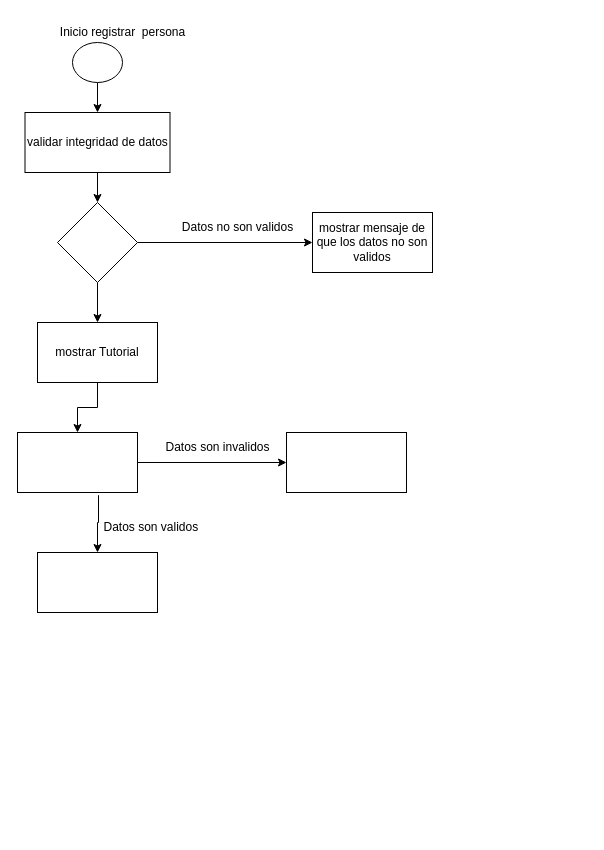
Above: Diagrama  de secuencia.drawio in andrescastillo1996/documentacionMundoOrigami (draw.io), before the change. Source tidied: cells renumbered, new cells numbered last; positions are measured from the earlier drawing's top-left corner, leaving out a move shared by most shapes. Both pictures are drawn from the tidied source at 100%, with x=0, y=0 at pixel (17, 17).
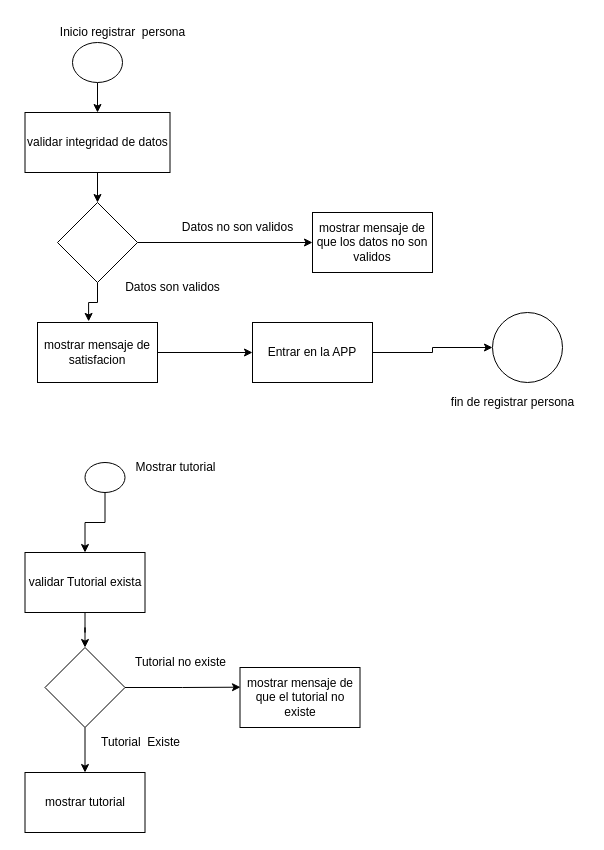
After the change.

The change refers to these unchanged cells:
```xml
<mxCell id="9" style="rhombus;whiteSpace=wrap;html=1;" parent="1" vertex="1">
  <mxGeometry x="40" y="185" width="80" height="80" as="geometry" />
</mxCell>
```

The edit, as a diff of the source:
```diff
@@
-    <mxCell id="8" style="edgeStyle=orthogonalEdgeStyle;rounded=0;jettySize=auto;html=1;entryX=0.5;entryY=0;entryDx=0;entryDy=0;" parent="1" edge="1" source="9" target="13">
+    <mxCell id="8" style="edgeStyle=orthogonalEdgeStyle;rounded=0;jettySize=auto;html=1;entryX=0.426;entryY=-0.018;entryDx=0;entryDy=0;entryPerimeter=0;" parent="1" edge="1" source="9" target="30">
       <mxGeometry relative="1" as="geometry" />
     </mxCell>
@@
-    <mxCell id="12" style="edgeStyle=orthogonalEdgeStyle;rounded=0;jettySize=auto;html=1;entryX=0.5;entryY=0;entryDx=0;entryDy=0;" parent="1" edge="1" source="13" target="20">
+    <mxCell id="12" style="edgeStyle=orthogonalEdgeStyle;rounded=0;jettySize=auto;html=1;entryX=0.5;entryY=0;entryDx=0;entryDy=0;exitX=0.5;exitY=1;exitDx=0;exitDy=0;" parent="1" edge="1" source="22" target="20">
       <mxGeometry relative="1" as="geometry" />
     </mxCell>
-    <mxCell id="13" value="mostrar Tutorial" style="rounded=0;whiteSpace=wrap;html=1;" parent="1" vertex="1">
-      <mxGeometry x="20" y="305" width="120" height="60" as="geometry" />
-    </mxCell>
-    <mxCell id="14" style="rounded=0;whiteSpace=wrap;html=1;" parent="1" vertex="1">
-      <mxGeometry x="20" y="535" width="120" height="60" as="geometry" />
+    <mxCell id="14" value="mostrar tutorial" style="rounded=0;whiteSpace=wrap;html=1;" parent="1" vertex="1">
+      <mxGeometry x="7.5" y="755" width="120" height="60" as="geometry" />
     </mxCell>
-    <mxCell id="15" style="edgeStyle=orthogonalEdgeStyle;rounded=0;jettySize=auto;html=1;entryX=0.5;entryY=0;entryDx=0;entryDy=0;exitX=0.675;exitY=1.045;exitDx=0;exitDy=0;exitPerimeter=0;" parent="1" edge="1" source="20" target="14">
-      <mxGeometry relative="1" as="geometry" />
-    </mxCell>
-    <mxCell id="16" style="edgeStyle=orthogonalEdgeStyle;rounded=0;jettySize=auto;html=1;exitX=1;exitY=0.5;exitDx=0;exitDy=0;" parent="1" edge="1" source="20" target="19">
-      <mxGeometry relative="1" as="geometry" />
-    </mxCell>
+    <mxCell id="19" value="mostrar mensaje de que el tutorial no existe" style="rounded=0;whiteSpace=wrap;html=1;" parent="1" vertex="1">
+      <mxGeometry x="222.5" y="650" width="120" height="60" as="geometry" />
+    </mxCell>
+    <mxCell id="21" style="edgeStyle=orthogonalEdgeStyle;rounded=0;jettySize=auto;html=1;entryX=0.5;entryY=0;entryDx=0;entryDy=0;" parent="1" edge="1" source="20" target="26">
+      <mxGeometry relative="1" as="geometry" />
+    </mxCell>
+    <mxCell id="20" value="validar Tutorial exista" style="rounded=0;whiteSpace=wrap;html=1;" parent="1" vertex="1">
+      <mxGeometry x="7.5" y="535" width="120" height="60" as="geometry" />
+    </mxCell>
-    <mxCell id="17" value="Datos son validos&amp;nbsp;" style="text;html=1;align=center;verticalAlign=middle;strokeColor=none;fillColor=none;" parent="1" vertex="1">
-      <mxGeometry x="75" y="495" width="120" height="30" as="geometry" />
+    <mxCell id="17" value="Datos son validos" style="text;html=1;align=center;verticalAlign=middle;strokeColor=none;fillColor=none;" parent="1" vertex="1">
+      <mxGeometry x="95" y="255" width="120" height="30" as="geometry" />
     </mxCell>
-    <mxCell id="18" value="Datos son invalidos" style="text;html=1;align=center;verticalAlign=middle;strokeColor=none;fillColor=none;" parent="1" vertex="1">
-      <mxGeometry x="135" y="415" width="130" height="30" as="geometry" />
-    </mxCell>
-    <mxCell id="19" style="rounded=0;whiteSpace=wrap;html=1;" parent="1" vertex="1">
-      <mxGeometry x="269" y="415" width="120" height="60" as="geometry" />
-    </mxCell>
-    <mxCell id="20" style="rounded=0;whiteSpace=wrap;html=1;" parent="1" vertex="1">
-      <mxGeometry y="415" width="120" height="60" as="geometry" />
-    </mxCell>
+    <mxCell id="22" style="ellipse;whiteSpace=wrap;html=1;" parent="1" vertex="1">
+      <mxGeometry x="67.5" y="445" width="40" height="30" as="geometry" />
+    </mxCell>
+    <mxCell id="23" value="Mostrar tutorial" style="text;html=1;align=center;verticalAlign=middle;strokeColor=none;fillColor=none;" parent="1" vertex="1">
+      <mxGeometry x="107.5" y="435" width="100" height="30" as="geometry" />
+    </mxCell>
+    <mxCell id="24" style="edgeStyle=orthogonalEdgeStyle;rounded=0;jettySize=auto;html=1;entryX=0.004;entryY=0.328;entryDx=0;entryDy=0;entryPerimeter=0;" parent="1" edge="1" source="26" target="19">
+      <mxGeometry relative="1" as="geometry" />
+    </mxCell>
+    <mxCell id="25" style="edgeStyle=orthogonalEdgeStyle;rounded=0;jettySize=auto;html=1;entryX=0.5;entryY=0;entryDx=0;entryDy=0;" parent="1" edge="1" source="26" target="14">
+      <mxGeometry relative="1" as="geometry" />
+    </mxCell>
+    <mxCell id="26" style="rhombus;whiteSpace=wrap;html=1;" parent="1" vertex="1">
+      <mxGeometry x="27.5" y="630" width="80" height="80" as="geometry" />
+    </mxCell>
+    <mxCell id="27" value="Tutorial no existe" style="text;html=1;align=center;verticalAlign=middle;strokeColor=none;fillColor=none;" parent="1" vertex="1">
+      <mxGeometry x="107.5" y="630" width="110" height="30" as="geometry" />
+    </mxCell>
+    <mxCell id="28" value="Tutorial&amp;nbsp; Existe" style="text;html=1;align=center;verticalAlign=middle;strokeColor=none;fillColor=none;" parent="1" vertex="1">
+      <mxGeometry x="72.5" y="710" width="100" height="30" as="geometry" />
+    </mxCell>
+    <mxCell id="29" style="edgeStyle=orthogonalEdgeStyle;rounded=0;jettySize=auto;html=1;" parent="1" edge="1" source="30" target="32">
+      <mxGeometry relative="1" as="geometry" />
+    </mxCell>
+    <mxCell id="30" value="mostrar mensaje de satisfacion" style="whiteSpace=wrap;html=1;" parent="1" vertex="1">
+      <mxGeometry x="20" y="305" width="120" height="60" as="geometry" />
+    </mxCell>
+    <mxCell id="31" style="edgeStyle=orthogonalEdgeStyle;rounded=0;jettySize=auto;html=1;entryX=0;entryY=0.5;entryDx=0;entryDy=0;" parent="1" edge="1" source="32" target="33">
+      <mxGeometry relative="1" as="geometry" />
+    </mxCell>
+    <mxCell id="32" value="Entrar en la APP" style="whiteSpace=wrap;html=1;" parent="1" vertex="1">
+      <mxGeometry x="235" y="305" width="120" height="60" as="geometry" />
+    </mxCell>
+    <mxCell id="33" style="ellipse;whiteSpace=wrap;html=1;" parent="1" vertex="1">
+      <mxGeometry x="475" y="295" width="70" height="70" as="geometry" />
+    </mxCell>
+    <mxCell id="34" value="fin de registrar persona" style="text;html=1;align=center;verticalAlign=middle;strokeColor=none;fillColor=none;" parent="1" vertex="1">
+      <mxGeometry x="420" y="370" width="150" height="30" as="geometry" />
+    </mxCell>
```
